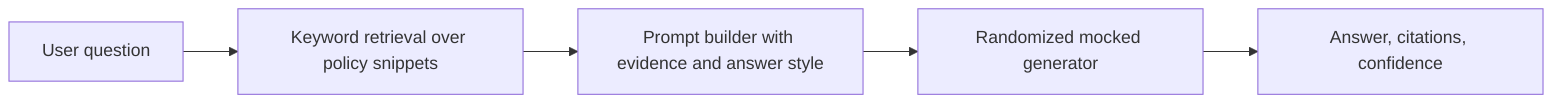
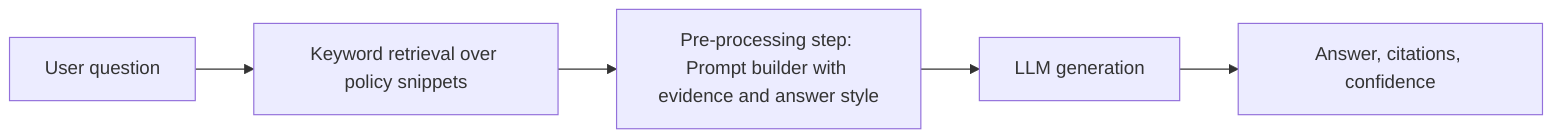
flowchart LR
    Question["User question"]
    Retriever["Keyword retrieval over policy snippets"]
-     Prompt["Prompt builder with evidence and answer style"]
-     FakeLLM["Randomized mocked generator"]
+     Prompt["Pre-processing step: Prompt builder with evidence and answer style"]
+     FakeLLM["LLM generation"]
    Result["Answer, citations, confidence"]

    Question --> Retriever
    Retriever --> Prompt
    Prompt --> FakeLLM
    FakeLLM --> Result
